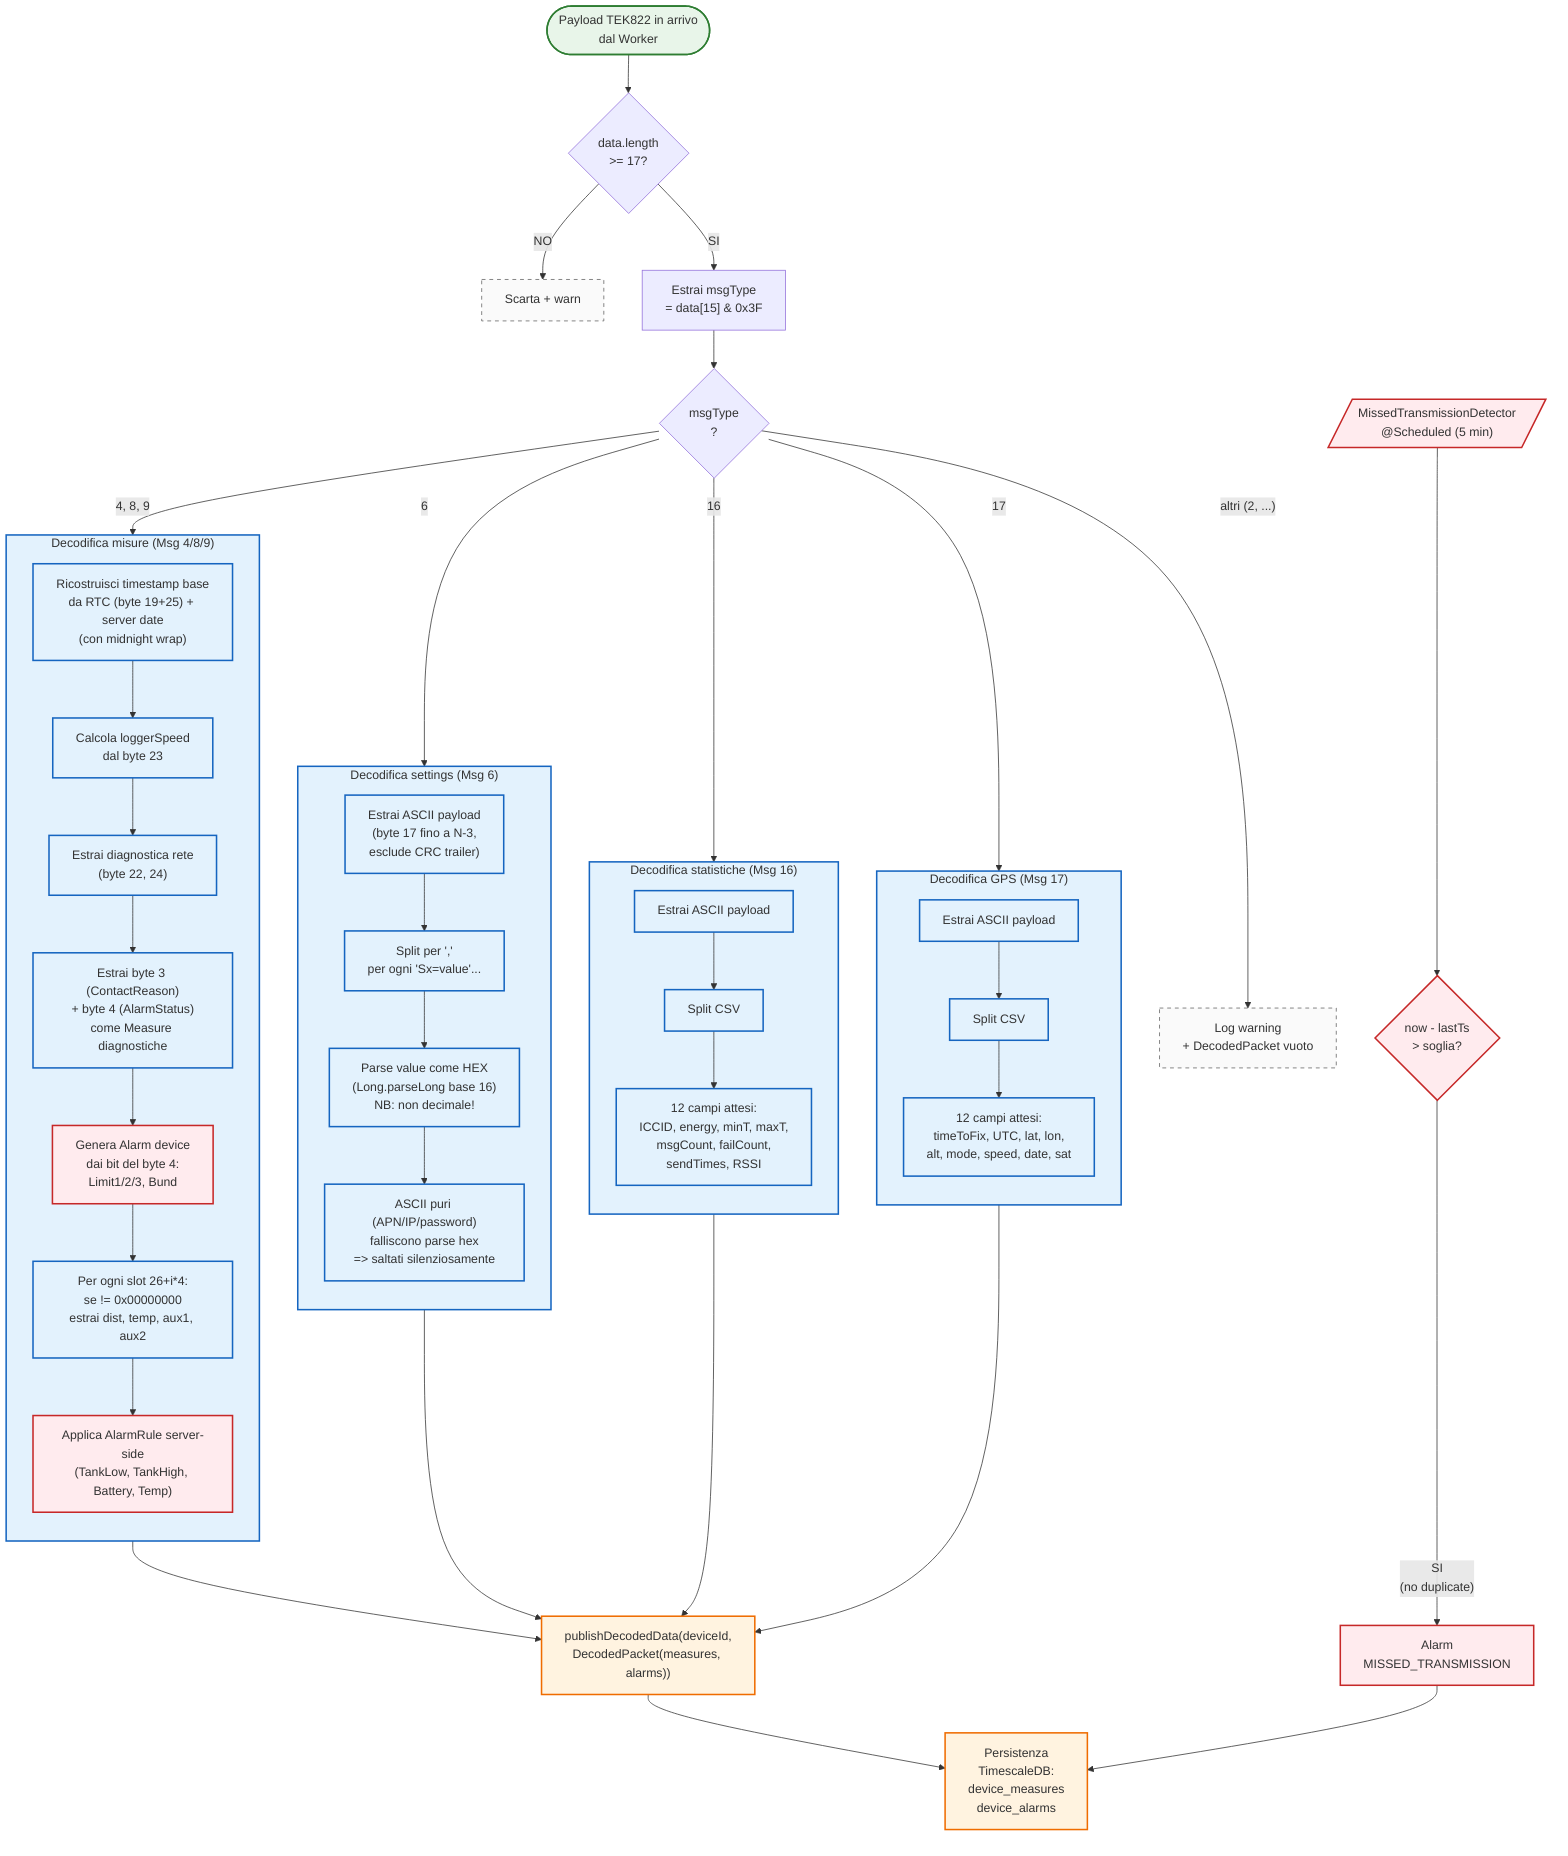
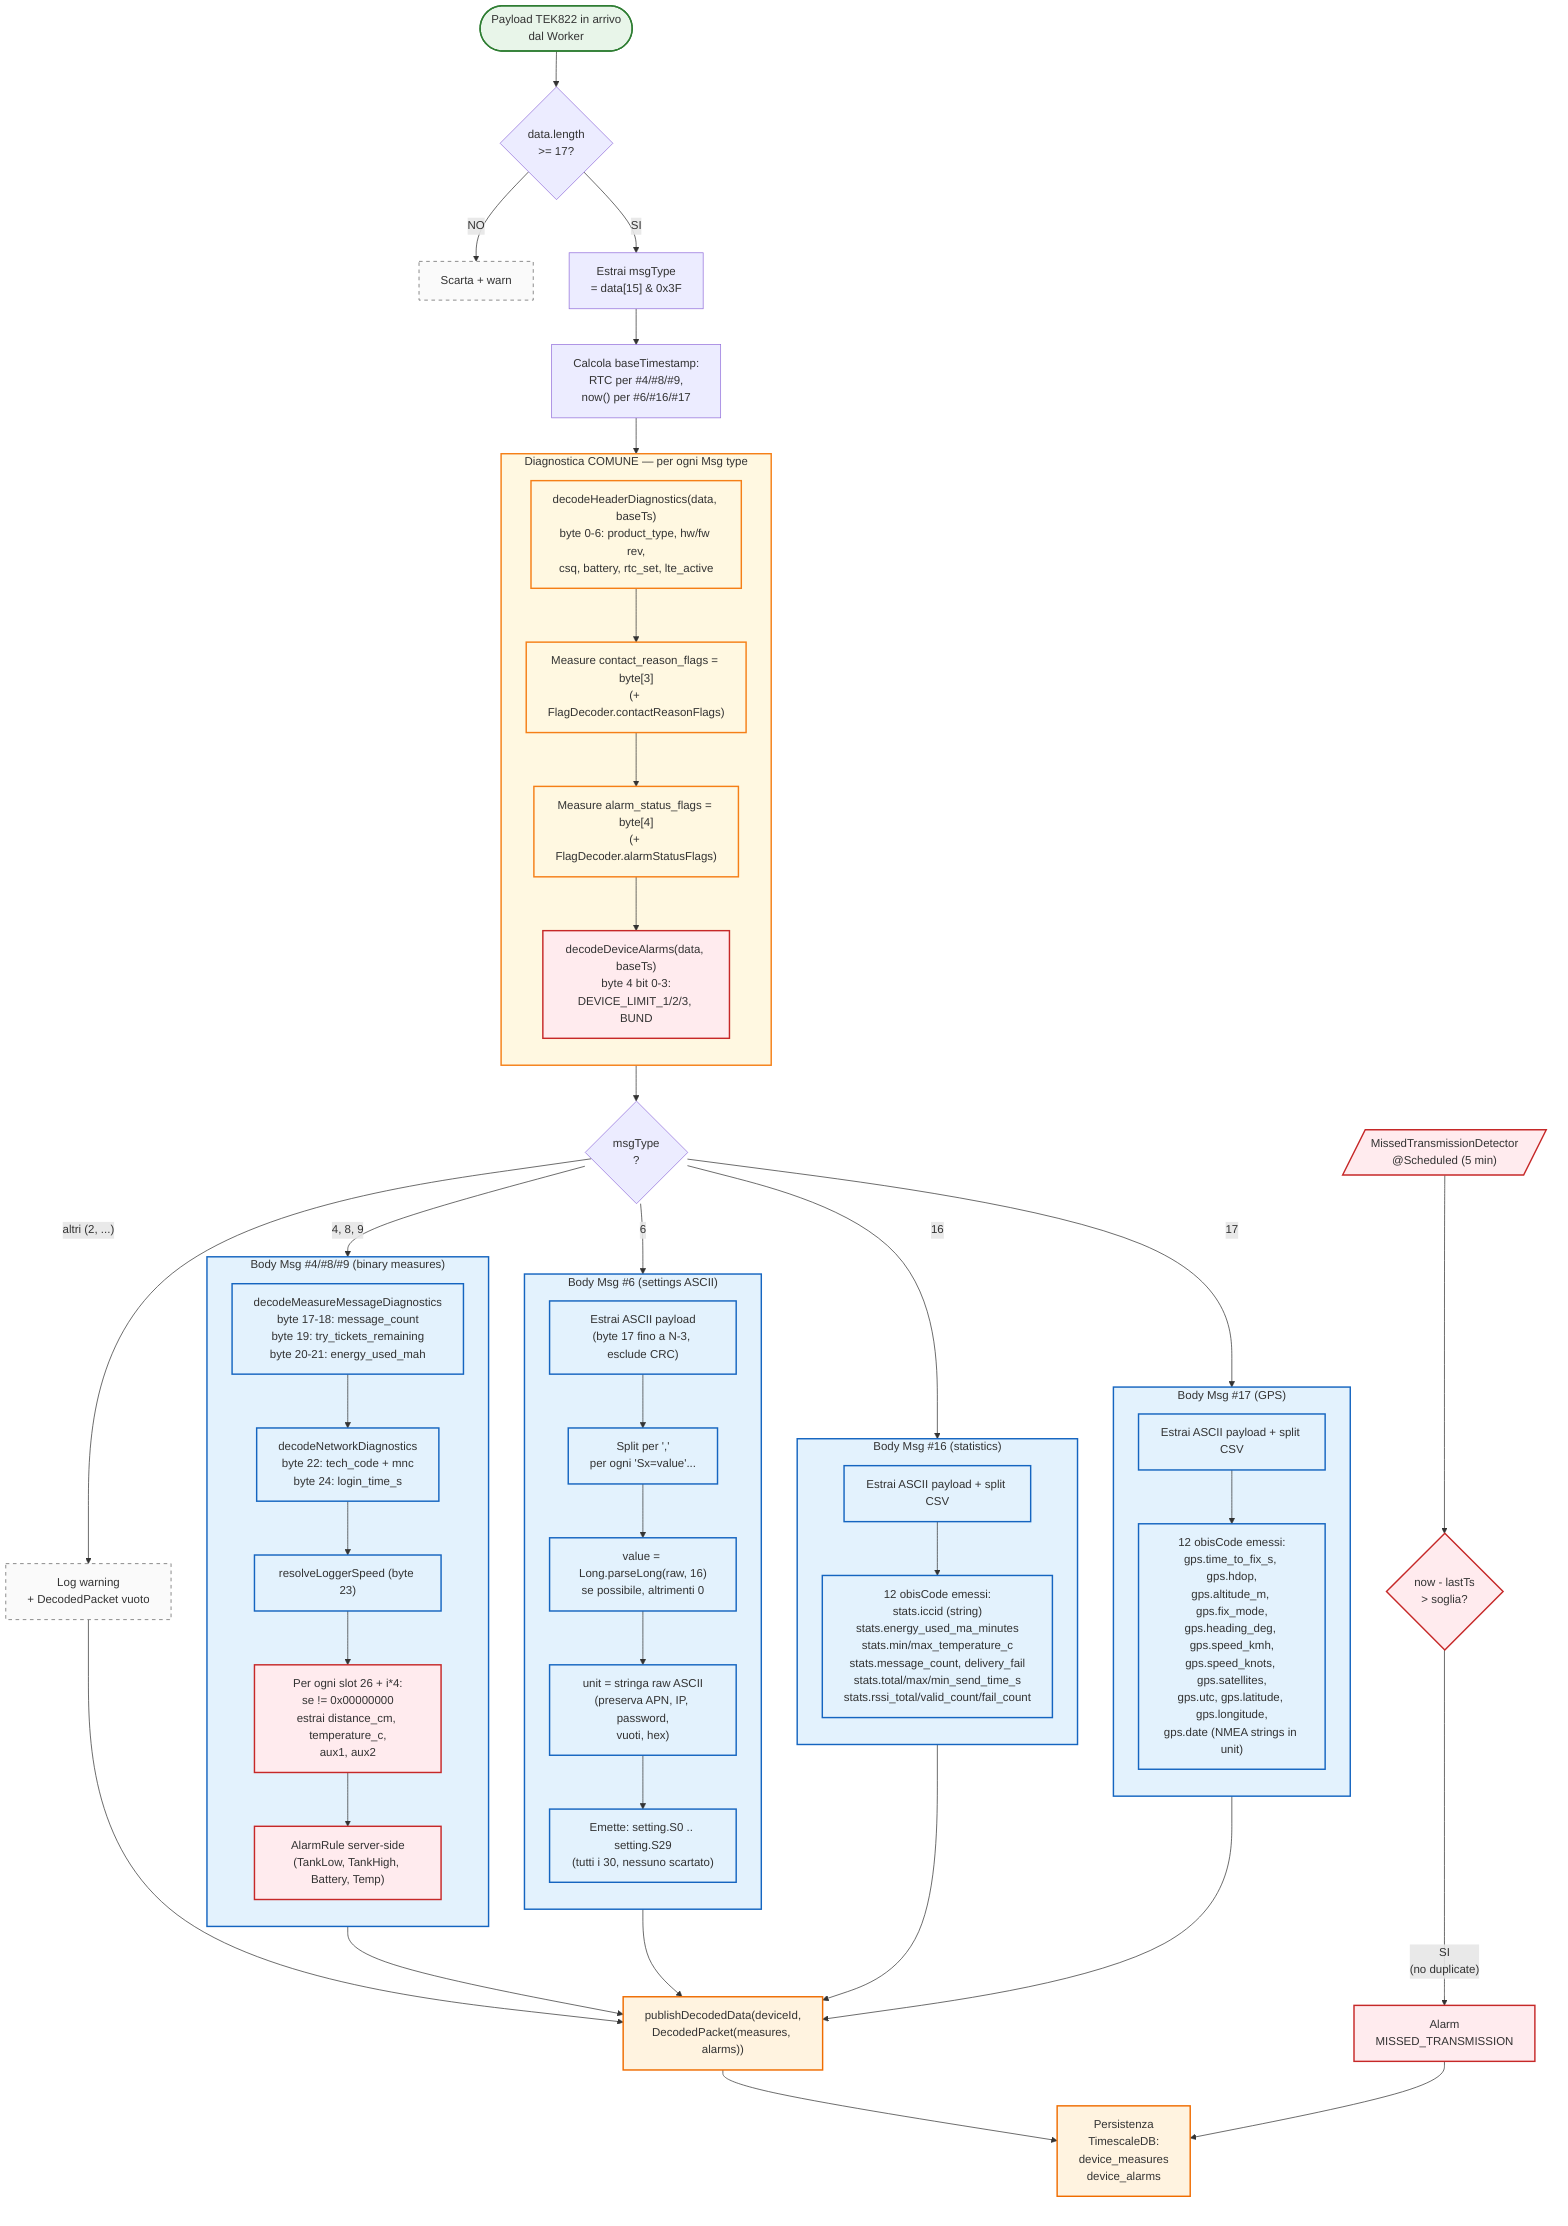
%% Diagramma flusso decodifica TEK822
- %% Mostra il routing dei messaggi in arrivo per tipo, la generazione di Measure
- %% e la generazione di Alarm (sia auto-segnalati dal device sia server-side).
+ %% Mostra il routing dei messaggi in arrivo per tipo, evidenziando che la
+ %% diagnostica header (byte 0-6) e gli alarm device (byte 4) sono comuni a
+ %% TUTTI i tipi di messaggio (rimossi dai rami specifici dopo il refactor).

flowchart TB
    Start(["Payload TEK822 in arrivo<br/>dal Worker"])

    Start --> CheckLen{"data.length<br/>>= 17?"}
    CheckLen -->|"NO"| Discard["Scarta + warn"]
    CheckLen -->|"SI"| ReadType["Estrai msgType<br/>= data[15] & 0x3F"]

-     ReadType --> Switch{"msgType<br/>?"}
+     ReadType --> BaseTs["Calcola baseTimestamp:<br/>RTC per #4/#8/#9,<br/>now() per #6/#16/#17"]

-     Switch -->|"4, 8, 9"| DecodeMeasures
+     subgraph CommonHeader ["Diagnostica COMUNE — per ogni Msg type"]
+         direction TB
+         CH1["decodeHeaderDiagnostics(data, baseTs)<br/>byte 0-6: product_type, hw/fw rev,<br/>csq, battery, rtc_set, lte_active"]
+         CH2["Measure contact_reason_flags = byte[3]<br/>(+ FlagDecoder.contactReasonFlags)"]
+         CH3["Measure alarm_status_flags = byte[4]<br/>(+ FlagDecoder.alarmStatusFlags)"]
+         CH4["decodeDeviceAlarms(data, baseTs)<br/>byte 4 bit 0-3:<br/>DEVICE_LIMIT_1/2/3, BUND"]
+         CH1 --> CH2 --> CH3 --> CH4
+     end
+ 
+     BaseTs --> CommonHeader
+     CommonHeader --> Switch{"msgType<br/>?"}
+ 
+     Switch -->|"4, 8, 9"| DecodeMeasureBody
    Switch -->|"6"| DecodeSettings
    Switch -->|"16"| DecodeStats
    Switch -->|"17"| DecodeGps
    Switch -->|"altri (2, ...)"| Unknown["Log warning<br/>+ DecodedPacket vuoto"]

-     subgraph DecodeMeasures ["Decodifica misure (Msg 4/8/9)"]
+     subgraph DecodeMeasureBody ["Body Msg #4/#8/#9 (binary measures)"]
        direction TB
-         DM1["Ricostruisci timestamp base<br/>da RTC (byte 19+25) + server date<br/>(con midnight wrap)"]
-         DM2["Calcola loggerSpeed<br/>dal byte 23"]
-         DM3["Estrai diagnostica rete<br/>(byte 22, 24)"]
-         DM3b["Estrai byte 3 (ContactReason)<br/>+ byte 4 (AlarmStatus)<br/>come Measure diagnostiche"]
-         DM4["Genera Alarm device<br/>dai bit del byte 4:<br/>Limit1/2/3, Bund"]
-         DM5["Per ogni slot 26+i*4:<br/>se != 0x00000000<br/>estrai dist, temp, aux1, aux2"]
-         DM6["Applica AlarmRule server-side<br/>(TankLow, TankHigh, Battery, Temp)"]
-         DM1 --> DM2 --> DM3 --> DM3b --> DM4 --> DM5 --> DM6
+         DM1["decodeMeasureMessageDiagnostics<br/>byte 17-18: message_count<br/>byte 19: try_tickets_remaining<br/>byte 20-21: energy_used_mah"]
+         DM2["decodeNetworkDiagnostics<br/>byte 22: tech_code + mnc<br/>byte 24: login_time_s"]
+         DM3["resolveLoggerSpeed (byte 23)"]
+         DM4["Per ogni slot 26 + i*4:<br/>se != 0x00000000<br/>estrai distance_cm, temperature_c,<br/>aux1, aux2"]
+         DM5["AlarmRule server-side<br/>(TankLow, TankHigh, Battery, Temp)"]
+         DM1 --> DM2 --> DM3 --> DM4 --> DM5
    end

-     subgraph DecodeSettings ["Decodifica settings (Msg 6)"]
+     subgraph DecodeSettings ["Body Msg #6 (settings ASCII)"]
        direction TB
-         DS1["Estrai ASCII payload<br/>(byte 17 fino a N-3,<br/>esclude CRC trailer)"]
+         DS1["Estrai ASCII payload<br/>(byte 17 fino a N-3, esclude CRC)"]
        DS2["Split per ','<br/>per ogni 'Sx=value'..."]
-         DS3["Parse value come HEX<br/>(Long.parseLong base 16)<br/>NB: non decimale!"]
-         DS4["ASCII puri (APN/IP/password)<br/>falliscono parse hex<br/>=> saltati silenziosamente"]
-         DS1 --> DS2 --> DS3 --> DS4
+         DS3["value = Long.parseLong(raw, 16)<br/>se possibile, altrimenti 0"]
+         DS4["unit = stringa raw ASCII<br/>(preserva APN, IP, password,<br/>vuoti, hex)"]
+         DS5["Emette: setting.S0 .. setting.S29<br/>(tutti i 30, nessuno scartato)"]
+         DS1 --> DS2 --> DS3 --> DS4 --> DS5
    end

-     subgraph DecodeStats ["Decodifica statistiche (Msg 16)"]
+     subgraph DecodeStats ["Body Msg #16 (statistics)"]
        direction TB
-         DT1["Estrai ASCII payload"]
-         DT2["Split CSV"]
-         DT3["12 campi attesi:<br/>ICCID, energy, minT, maxT,<br/>msgCount, failCount,<br/>sendTimes, RSSI"]
-         DT1 --> DT2 --> DT3
+         DT1["Estrai ASCII payload + split CSV"]
+         DT2["12 obisCode emessi:<br/>stats.iccid (string)<br/>stats.energy_used_ma_minutes<br/>stats.min/max_temperature_c<br/>stats.message_count, delivery_fail<br/>stats.total/max/min_send_time_s<br/>stats.rssi_total/valid_count/fail_count"]
+         DT1 --> DT2
    end

-     subgraph DecodeGps ["Decodifica GPS (Msg 17)"]
+     subgraph DecodeGps ["Body Msg #17 (GPS)"]
        direction TB
-         DG1["Estrai ASCII payload"]
-         DG2["Split CSV"]
-         DG3["12 campi attesi:<br/>timeToFix, UTC, lat, lon,<br/>alt, mode, speed, date, sat"]
-         DG1 --> DG2 --> DG3
+         DG1["Estrai ASCII payload + split CSV"]
+         DG2["12 obisCode emessi:<br/>gps.time_to_fix_s, gps.hdop,<br/>gps.altitude_m, gps.fix_mode,<br/>gps.heading_deg, gps.speed_kmh,<br/>gps.speed_knots, gps.satellites,<br/>gps.utc, gps.latitude, gps.longitude,<br/>gps.date (NMEA strings in unit)"]
+         DG1 --> DG2
    end

-     DecodeMeasures --> Publish
+     DecodeMeasureBody --> Publish
    DecodeSettings --> Publish
    DecodeStats --> Publish
    DecodeGps --> Publish
+     Unknown --> Publish

    Publish["publishDecodedData(deviceId,<br/>DecodedPacket(measures, alarms))"]
    Publish --> TS["Persistenza<br/>TimescaleDB:<br/>device_measures<br/>device_alarms"]

    Scheduler[/"MissedTransmissionDetector<br/>@Scheduled (5 min)"/]
    Scheduler --> MT{"now - lastTs<br/>> soglia?"}
    MT -->|"SI<br/>(no duplicate)"| MTAlarm["Alarm<br/>MISSED_TRANSMISSION"]
    MTAlarm --> TS

    classDef start fill:#e8f5e9,stroke:#2e7d32,stroke-width:2px
+     classDef common fill:#fff8e1,stroke:#f57f17,stroke-width:2px
    classDef decode fill:#e3f2fd,stroke:#1565c0,stroke-width:2px
    classDef alarm fill:#ffebee,stroke:#c62828,stroke-width:2px
    classDef persist fill:#fff3e0,stroke:#ef6c00,stroke-width:2px
    classDef error fill:#fafafa,stroke:#616161,stroke-width:1px,stroke-dasharray:5

    class Start start
-     class DecodeMeasures,DecodeSettings,DecodeStats,DecodeGps,DM1,DM2,DM3,DM3b,DM5,DS1,DS2,DS3,DS4,DT1,DT2,DT3,DG1,DG2,DG3 decode
-     class DM4,DM6,Scheduler,MT,MTAlarm alarm
+     class CommonHeader,CH1,CH2,CH3 common
+     class DecodeMeasureBody,DecodeSettings,DecodeStats,DecodeGps,DM1,DM2,DM3,DS1,DS2,DS3,DS4,DS5,DT1,DT2,DG1,DG2 decode
+     class CH4,DM4,DM5,Scheduler,MT,MTAlarm alarm
    class Publish,TS persist
    class Discard,Unknown error
